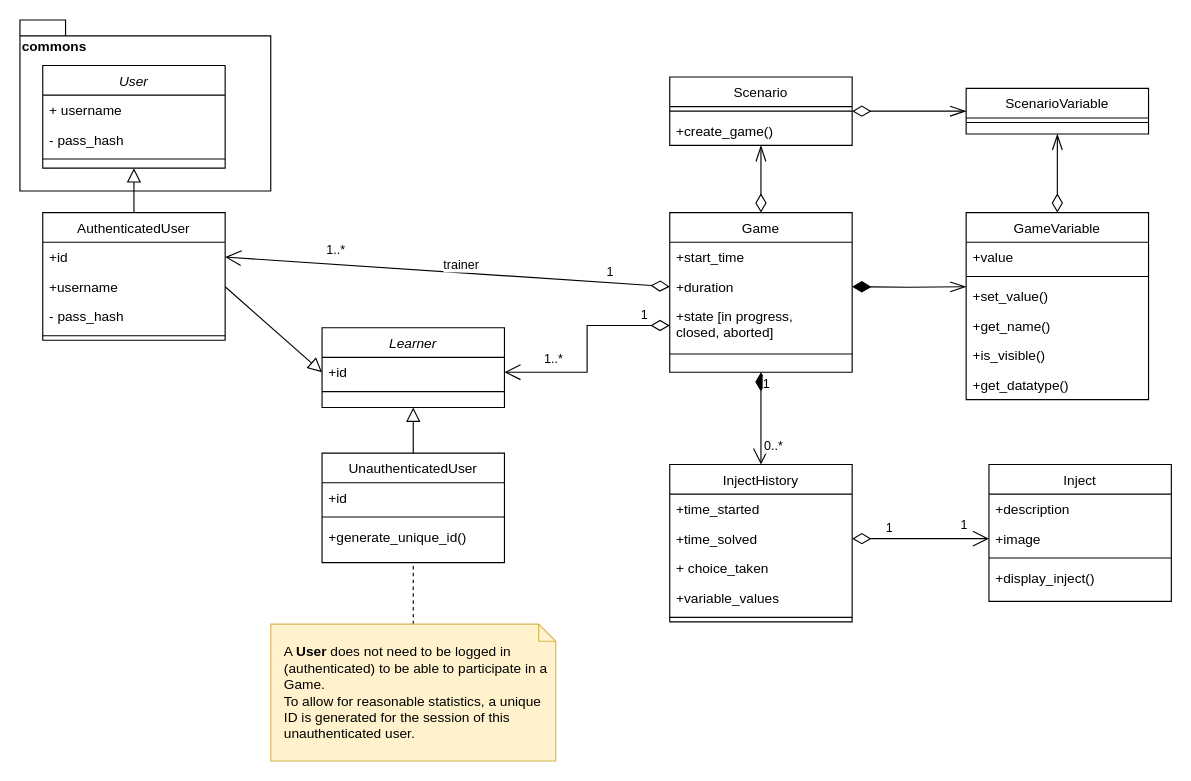
The draw.io diagram page "Game_Participation" (2 of 4) of artefacts/concept-1.0/diagrams/class diagram.drawio in Elias-Ladenburger/CSEP, before the edit. Source tidied: cells renumbered, new cells numbered last; positions are measured from the earlier drawing's top-left corner, leaving out a move shared by most shapes. Both pictures are drawn from the tidied source at 114%, with x=0, y=0 at pixel (19, 19).
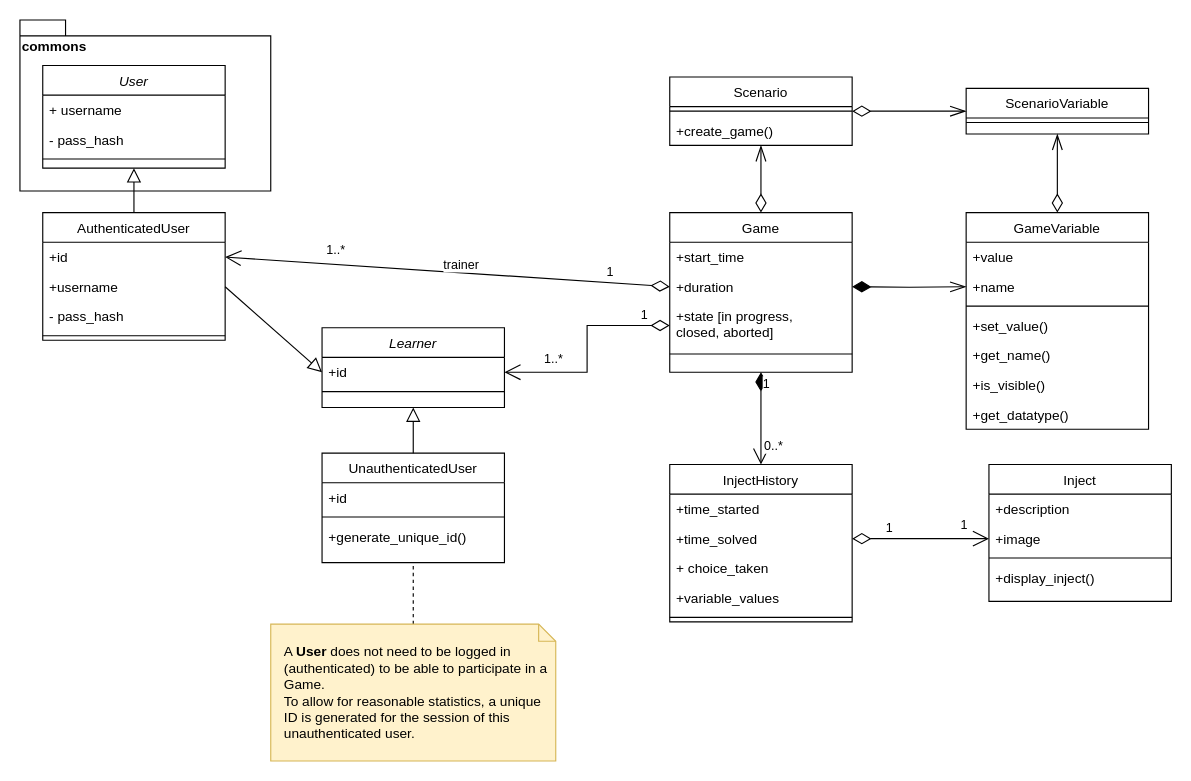
The same page after the edit.

Diff of the diagram source:
```diff
@@
     <mxCell id="2" value="GameVariable" style="swimlane;fontStyle=0;align=center;verticalAlign=top;horizontal=1;startSize=26;rounded=0;shadow=0;strokeWidth=1;" parent="1" vertex="1">
-      <mxGeometry x="830" y="169" width="160" height="164" as="geometry" />
+      <mxGeometry x="830" y="169" width="160" height="190" as="geometry" />
     </mxCell>
@@
+    <mxCell id="65" value="+name" style="text;align=left;verticalAlign=top;spacingLeft=4;spacingRight=4;overflow=hidden;" parent="2" vertex="1">
+      <mxGeometry y="52" width="160" height="26" as="geometry" />
+    </mxCell>
     <mxCell id="4" style="line;html=1;strokeWidth=1;align=left;verticalAlign=middle;spacingTop=-1;spacingLeft=3;spacingRight=3;labelPosition=right;" parent="2" vertex="1">
-      <mxGeometry y="52" width="160" height="8" as="geometry" />
+      <mxGeometry y="78" width="160" height="8" as="geometry" />
     </mxCell>
     <mxCell id="5" value="+set_value()" style="text;align=left;verticalAlign=top;spacingLeft=4;spacingRight=4;overflow=hidden;" parent="2" vertex="1">
-      <mxGeometry y="60" width="160" height="26" as="geometry" />
+      <mxGeometry y="86" width="160" height="26" as="geometry" />
     </mxCell>
     <mxCell id="6" value="+get_name()" style="text;align=left;verticalAlign=top;spacingLeft=4;spacingRight=4;overflow=hidden;" parent="2" vertex="1">
-      <mxGeometry y="86" width="160" height="26" as="geometry" />
+      <mxGeometry y="112" width="160" height="26" as="geometry" />
     </mxCell>
     <mxCell id="7" value="+is_visible()" style="text;align=left;verticalAlign=top;spacingLeft=4;spacingRight=4;overflow=hidden;" parent="2" vertex="1">
-      <mxGeometry y="112" width="160" height="26" as="geometry" />
+      <mxGeometry y="138" width="160" height="26" as="geometry" />
     </mxCell>
     <mxCell id="8" value="+get_datatype()" style="text;align=left;verticalAlign=top;spacingLeft=4;spacingRight=4;overflow=hidden;" parent="2" vertex="1">
-      <mxGeometry y="138" width="160" height="26" as="geometry" />
+      <mxGeometry y="164" width="160" height="26" as="geometry" />
     </mxCell>
```
